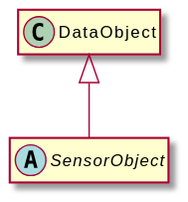
Earlier version of the PlantUML export assets/SensorObject-umlClassDiagram-3449.svg (OpenHPS/openhps-core). Source of this version:
```plantuml
@startuml
skinparam BackgroundColor transparent
hide empty methods
hide empty fields
abstract class "SensorObject" {
}
class "DataObject" {
}
"DataObject" <|-- "SensorObject"
@enduml
```
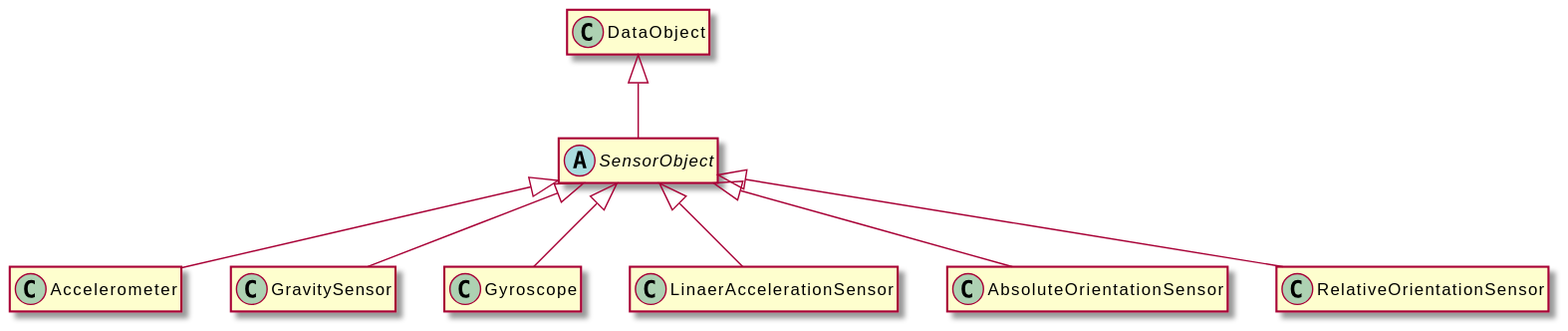
After the change.

What changed in the source:
```diff
@@ -7,4 +7,22 @@
 class "DataObject" {
 }
 "DataObject" <|-- "SensorObject"
+class "Accelerometer" {
+}
+"SensorObject" <|-- "Accelerometer"
+class "GravitySensor" {
+}
+"SensorObject" <|-- "GravitySensor"
+class "Gyroscope" {
+}
+"SensorObject" <|-- "Gyroscope"
+class "LinaerAccelerationSensor" {
+}
+"SensorObject" <|-- "LinaerAccelerationSensor"
+class "AbsoluteOrientationSensor" {
+}
+"SensorObject" <|-- "AbsoluteOrientationSensor"
+class "RelativeOrientationSensor" {
+}
+"SensorObject" <|-- "RelativeOrientationSensor"
 @enduml
```
